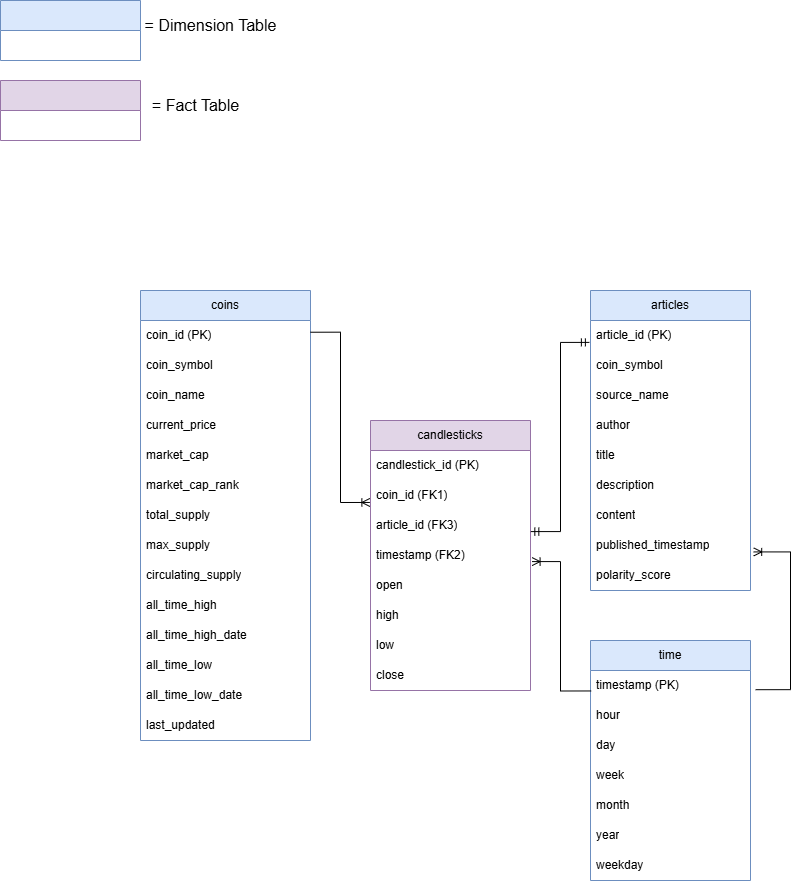
Earlier version of the draw.io export img/simple_logical_ERD.png (shinthan001/Crypto_ETL). Source tidied: cells renumbered, new cells last; positions are measured from the earlier drawing's top-left corner, leaving out a move shared by most shapes.
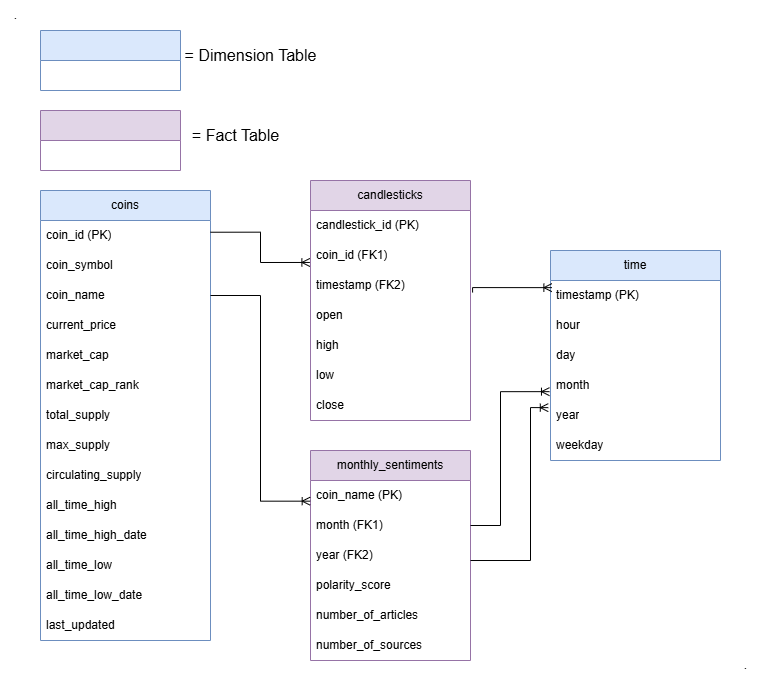
Later version of the same file.

The edit, as a diff of the source:
```diff
@@ -3,61 +3,28 @@
     <mxCell id="0" />
     <mxCell id="1" parent="0" />
     <mxCell id="2" value="time" style="swimlane;fontStyle=0;horizontal=1;startSize=30;whiteSpace=wrap;html=1;fillColor=#dae8fc;strokeColor=#6c8ebf;" parent="1" vertex="1">
-      <mxGeometry x="590" y="640" width="160" height="240" as="geometry" />
+      <mxGeometry x="580" y="390" width="170" height="210" as="geometry" />
     </mxCell>
     <mxCell id="3" value="timestamp (PK)" style="text;strokeColor=none;fillColor=none;align=left;verticalAlign=middle;spacingLeft=4;spacingRight=4;overflow=hidden;points=[[0,0.5],[1,0.5]];portConstraint=eastwest;whiteSpace=wrap;html=1;" parent="2" vertex="1">
-      <mxGeometry y="30" width="160" height="30" as="geometry" />
+      <mxGeometry y="30" width="170" height="30" as="geometry" />
     </mxCell>
     <mxCell id="4" value="hour" style="text;strokeColor=none;fillColor=none;align=left;verticalAlign=middle;spacingLeft=4;spacingRight=4;overflow=hidden;whiteSpace=wrap;html=1;" parent="2" vertex="1">
-      <mxGeometry y="60" width="160" height="30" as="geometry" />
+      <mxGeometry y="60" width="170" height="30" as="geometry" />
     </mxCell>
     <mxCell id="5" value="day" style="text;strokeColor=none;fillColor=none;align=left;verticalAlign=middle;spacingLeft=4;spacingRight=4;overflow=hidden;whiteSpace=wrap;html=1;" parent="2" vertex="1">
-      <mxGeometry y="90" width="160" height="30" as="geometry" />
+      <mxGeometry y="90" width="170" height="30" as="geometry" />
     </mxCell>
-    <mxCell id="6" value="week" style="text;strokeColor=none;fillColor=none;align=left;verticalAlign=middle;spacingLeft=4;spacingRight=4;overflow=hidden;whiteSpace=wrap;html=1;" parent="2" vertex="1">
-      <mxGeometry y="120" width="160" height="30" as="geometry" />
-    </mxCell>
     <mxCell id="7" value="month" style="text;strokeColor=none;fillColor=none;align=left;verticalAlign=middle;spacingLeft=4;spacingRight=4;overflow=hidden;points=[[0,0.5],[1,0.5]];portConstraint=eastwest;whiteSpace=wrap;html=1;" parent="2" vertex="1">
-      <mxGeometry y="150" width="160" height="30" as="geometry" />
+      <mxGeometry y="120" width="170" height="30" as="geometry" />
     </mxCell>
     <mxCell id="8" value="year" style="text;strokeColor=none;fillColor=none;align=left;verticalAlign=middle;spacingLeft=4;spacingRight=4;overflow=hidden;points=[[0,0.5],[1,0.5]];portConstraint=eastwest;whiteSpace=wrap;html=1;" parent="2" vertex="1">
-      <mxGeometry y="180" width="160" height="30" as="geometry" />
+      <mxGeometry y="150" width="170" height="30" as="geometry" />
     </mxCell>
     <mxCell id="9" value="weekday" style="text;strokeColor=none;fillColor=none;align=left;verticalAlign=middle;spacingLeft=4;spacingRight=4;overflow=hidden;whiteSpace=wrap;html=1;" parent="2" vertex="1">
-      <mxGeometry y="210" width="160" height="30" as="geometry" />
+      <mxGeometry y="180" width="170" height="30" as="geometry" />
     </mxCell>
-    <mxCell id="10" value="articles" style="swimlane;fontStyle=0;horizontal=1;startSize=30;whiteSpace=wrap;html=1;fillColor=#dae8fc;strokeColor=#6c8ebf;" parent="1" vertex="1">
-      <mxGeometry x="590" y="290" width="160" height="300" as="geometry" />
-    </mxCell>
-    <mxCell id="11" value="article_id (PK)" style="text;strokeColor=none;fillColor=none;align=left;verticalAlign=middle;spacingLeft=4;spacingRight=4;overflow=hidden;points=[[0,0.5],[1,0.5]];portConstraint=eastwest;whiteSpace=wrap;html=1;" parent="10" vertex="1">
-      <mxGeometry y="30" width="160" height="30" as="geometry" />
-    </mxCell>
-    <mxCell id="12" value="coin_symbol" style="text;strokeColor=none;fillColor=none;align=left;verticalAlign=middle;spacingLeft=4;spacingRight=4;overflow=hidden;whiteSpace=wrap;html=1;" parent="10" vertex="1">
-      <mxGeometry y="60" width="160" height="30" as="geometry" />
-    </mxCell>
-    <mxCell id="13" value="source_name" style="text;strokeColor=none;fillColor=none;align=left;verticalAlign=middle;spacingLeft=4;spacingRight=4;overflow=hidden;whiteSpace=wrap;html=1;" parent="10" vertex="1">
-      <mxGeometry y="90" width="160" height="30" as="geometry" />
-    </mxCell>
-    <mxCell id="14" value="author" style="text;strokeColor=none;fillColor=none;align=left;verticalAlign=middle;spacingLeft=4;spacingRight=4;overflow=hidden;whiteSpace=wrap;html=1;" parent="10" vertex="1">
-      <mxGeometry y="120" width="160" height="30" as="geometry" />
-    </mxCell>
-    <mxCell id="15" value="title" style="text;strokeColor=none;fillColor=none;align=left;verticalAlign=middle;spacingLeft=4;spacingRight=4;overflow=hidden;whiteSpace=wrap;html=1;" parent="10" vertex="1">
-      <mxGeometry y="150" width="160" height="30" as="geometry" />
-    </mxCell>
-    <mxCell id="16" value="description" style="text;strokeColor=none;fillColor=none;align=left;verticalAlign=middle;spacingLeft=4;spacingRight=4;overflow=hidden;whiteSpace=wrap;html=1;" parent="10" vertex="1">
-      <mxGeometry y="180" width="160" height="30" as="geometry" />
-    </mxCell>
-    <mxCell id="17" value="content" style="text;strokeColor=none;fillColor=none;align=left;verticalAlign=middle;spacingLeft=4;spacingRight=4;overflow=hidden;whiteSpace=wrap;html=1;" parent="10" vertex="1">
-      <mxGeometry y="210" width="160" height="30" as="geometry" />
-    </mxCell>
-    <mxCell id="18" value="published_timestamp" style="text;strokeColor=none;fillColor=none;align=left;verticalAlign=middle;spacingLeft=4;spacingRight=4;overflow=hidden;points=[[0,0.5],[1,0.5]];portConstraint=eastwest;whiteSpace=wrap;html=1;" parent="10" vertex="1">
-      <mxGeometry y="240" width="160" height="30" as="geometry" />
-    </mxCell>
-    <mxCell id="19" value="polarity_score" style="text;strokeColor=none;fillColor=none;align=left;verticalAlign=middle;spacingLeft=4;spacingRight=4;overflow=hidden;whiteSpace=wrap;html=1;" parent="10" vertex="1">
-      <mxGeometry y="270" width="160" height="30" as="geometry" />
-    </mxCell>
     <mxCell id="20" value="candlesticks" style="swimlane;fontStyle=0;horizontal=1;startSize=30;whiteSpace=wrap;html=1;fillColor=#e1d5e7;strokeColor=#9673a6;" parent="1" vertex="1">
-      <mxGeometry x="370" y="420" width="160" height="270" as="geometry" />
+      <mxGeometry x="340" y="320" width="160" height="240" as="geometry" />
     </mxCell>
     <mxCell id="21" value="candlestick_id (PK)" style="text;strokeColor=none;fillColor=none;align=left;verticalAlign=middle;spacingLeft=4;spacingRight=4;overflow=hidden;whiteSpace=wrap;html=1;" parent="20" vertex="1">
       <mxGeometry y="30" width="160" height="30" as="geometry" />
@@ -65,26 +32,23 @@
     <mxCell id="22" value="coin_id (FK1)" style="text;strokeColor=none;fillColor=none;align=left;verticalAlign=middle;spacingLeft=4;spacingRight=4;overflow=hidden;points=[[0,0.5],[1,0.5]];portConstraint=eastwest;whiteSpace=wrap;html=1;" parent="20" vertex="1">
       <mxGeometry y="60" width="160" height="30" as="geometry" />
     </mxCell>
-    <mxCell id="23" value="article_id (FK3)" style="text;strokeColor=none;fillColor=none;align=left;verticalAlign=middle;spacingLeft=4;spacingRight=4;overflow=hidden;points=[[0,0.5],[1,0.5]];portConstraint=eastwest;whiteSpace=wrap;html=1;" parent="20" vertex="1">
-      <mxGeometry y="90" width="160" height="30" as="geometry" />
-    </mxCell>
     <mxCell id="24" value="timestamp (FK2)" style="text;strokeColor=none;fillColor=none;align=left;verticalAlign=middle;spacingLeft=4;spacingRight=4;overflow=hidden;points=[[0,0.5],[1,0.5]];portConstraint=eastwest;whiteSpace=wrap;html=1;" parent="20" vertex="1">
-      <mxGeometry y="120" width="160" height="30" as="geometry" />
+      <mxGeometry y="90" width="160" height="30" as="geometry" />
     </mxCell>
     <mxCell id="25" value="open" style="text;strokeColor=none;fillColor=none;align=left;verticalAlign=middle;spacingLeft=4;spacingRight=4;overflow=hidden;whiteSpace=wrap;html=1;" parent="20" vertex="1">
-      <mxGeometry y="150" width="160" height="30" as="geometry" />
+      <mxGeometry y="120" width="160" height="30" as="geometry" />
     </mxCell>
     <mxCell id="26" value="high" style="text;strokeColor=none;fillColor=none;align=left;verticalAlign=middle;spacingLeft=4;spacingRight=4;overflow=hidden;whiteSpace=wrap;html=1;" parent="20" vertex="1">
-      <mxGeometry y="180" width="160" height="30" as="geometry" />
+      <mxGeometry y="150" width="160" height="30" as="geometry" />
     </mxCell>
     <mxCell id="27" value="low" style="text;strokeColor=none;fillColor=none;align=left;verticalAlign=middle;spacingLeft=4;spacingRight=4;overflow=hidden;whiteSpace=wrap;html=1;" parent="20" vertex="1">
-      <mxGeometry y="210" width="160" height="30" as="geometry" />
+      <mxGeometry y="180" width="160" height="30" as="geometry" />
     </mxCell>
     <mxCell id="28" value="close" style="text;strokeColor=none;fillColor=none;align=left;verticalAlign=middle;spacingLeft=4;spacingRight=4;overflow=hidden;whiteSpace=wrap;html=1;" parent="20" vertex="1">
-      <mxGeometry y="240" width="160" height="30" as="geometry" />
+      <mxGeometry y="210" width="160" height="30" as="geometry" />
     </mxCell>
     <mxCell id="29" style="group;" parent="1" vertex="1">
-      <mxGeometry width="310" height="140" as="geometry" />
+      <mxGeometry x="70" y="170" width="310" height="140" as="geometry" />
     </mxCell>
     <mxCell id="30" style="group;" parent="29" vertex="1">
       <mxGeometry width="310" height="60" as="geometry" />
@@ -105,7 +69,7 @@
       <mxGeometry x="140" y="10" width="110" height="30" as="geometry" />
     </mxCell>
     <mxCell id="36" value="coins" style="swimlane;fontStyle=0;horizontal=1;startSize=30;whiteSpace=wrap;html=1;fillColor=#dae8fc;strokeColor=#6c8ebf;" parent="1" vertex="1">
-      <mxGeometry x="140" y="290" width="170" height="450" as="geometry" />
+      <mxGeometry x="70" y="330" width="170" height="450" as="geometry" />
     </mxCell>
     <mxCell id="37" value="coin_id (PK)" style="text;strokeColor=none;fillColor=none;align=left;verticalAlign=middle;spacingLeft=4;spacingRight=4;overflow=hidden;points=[[0,0.5],[1,0.5]];portConstraint=eastwest;whiteSpace=wrap;html=1;" parent="36" vertex="1">
       <mxGeometry y="30" width="170" height="30" as="geometry" />
@@ -152,19 +116,58 @@
     <mxCell id="51" style="edgeStyle=orthogonalEdgeStyle;fontSize=12;html=1;endArrow=ERoneToMany;rounded=0;exitX=1;exitY=0.391;exitDx=0;exitDy=0;exitPerimeter=0;entryX=-0.004;entryY=0.732;entryDx=0;entryDy=0;entryPerimeter=0;" parent="1" edge="1" source="37" target="22">
       <mxGeometry relative="1" as="geometry" />
     </mxCell>
-    <mxCell id="52" style="edgeStyle=orthogonalEdgeStyle;fontSize=12;html=1;endArrow=ERoneToMany;rounded=0;exitX=0.004;exitY=0.682;exitDx=0;exitDy=0;exitPerimeter=0;entryX=1.01;entryY=0.703;entryDx=0;entryDy=0;entryPerimeter=0;" parent="1" edge="1" source="3" target="24">
-      <mxGeometry relative="1" as="geometry" />
-    </mxCell>
-    <mxCell id="53" style="edgeStyle=orthogonalEdgeStyle;fontSize=12;html=1;endArrow=ERoneToMany;rounded=0;exitX=1.032;exitY=0.64;exitDx=0;exitDy=0;exitPerimeter=0;entryX=1.02;entryY=0.714;entryDx=0;entryDy=0;entryPerimeter=0;" parent="1" edge="1" source="3" target="18">
-      <mxGeometry relative="1" as="geometry">
-        <Array as="points">
-          <mxPoint x="790" y="689" />
-          <mxPoint x="790" y="551" />
-        </Array>
-      </mxGeometry>
-    </mxCell>
-    <mxCell id="54" style="edgeStyle=orthogonalEdgeStyle;fontSize=12;html=1;endArrow=ERmandOne;startArrow=ERmandOne;rounded=0;entryX=-0.007;entryY=0.73;entryDx=0;entryDy=0;entryPerimeter=0;exitX=1.002;exitY=0.703;exitDx=0;exitDy=0;exitPerimeter=0;" parent="1" edge="1" source="23" target="11">
-      <mxGeometry relative="1" as="geometry" />
-    </mxCell>
+    <mxCell id="55" value="monthly_sentiments" style="swimlane;fontStyle=0;horizontal=1;startSize=30;whiteSpace=wrap;html=1;fillColor=#e1d5e7;strokeColor=#9673a6;" parent="1" vertex="1">
+      <mxGeometry x="340" y="590" width="160" height="210" as="geometry" />
+    </mxCell>
+    <mxCell id="56" value="coin_name&amp;nbsp;(PK)" style="text;strokeColor=none;fillColor=none;align=left;verticalAlign=middle;spacingLeft=4;spacingRight=4;overflow=hidden;points=[[0,0.5],[1,0.5]];portConstraint=eastwest;whiteSpace=wrap;html=1;" parent="55" vertex="1">
+      <mxGeometry y="30" width="160" height="30" as="geometry" />
+    </mxCell>
+    <mxCell id="57" value="month (FK1)" style="text;strokeColor=none;fillColor=none;align=left;verticalAlign=middle;spacingLeft=4;spacingRight=4;overflow=hidden;points=[[0,0.5],[1,0.5]];portConstraint=eastwest;whiteSpace=wrap;html=1;" parent="55" vertex="1">
+      <mxGeometry y="60" width="160" height="30" as="geometry" />
+    </mxCell>
+    <mxCell id="58" value="year (FK2)" style="text;strokeColor=none;fillColor=none;align=left;verticalAlign=middle;spacingLeft=4;spacingRight=4;overflow=hidden;points=[[0,0.5],[1,0.5]];portConstraint=eastwest;whiteSpace=wrap;html=1;" parent="55" vertex="1">
+      <mxGeometry y="90" width="160" height="30" as="geometry" />
+    </mxCell>
+    <mxCell id="19" value="polarity_score" style="text;strokeColor=none;fillColor=none;align=left;verticalAlign=middle;spacingLeft=4;spacingRight=4;overflow=hidden;whiteSpace=wrap;html=1;" parent="55" vertex="1">
+      <mxGeometry y="120" width="160" height="30" as="geometry" />
+    </mxCell>
+    <mxCell id="59" value="number_of_articles" style="text;strokeColor=none;fillColor=none;align=left;verticalAlign=middle;spacingLeft=4;spacingRight=4;overflow=hidden;whiteSpace=wrap;html=1;" parent="55" vertex="1">
+      <mxGeometry y="150" width="160" height="30" as="geometry" />
+    </mxCell>
+    <mxCell id="60" value="number_of_sources" style="text;strokeColor=none;fillColor=none;align=left;verticalAlign=middle;spacingLeft=4;spacingRight=4;overflow=hidden;whiteSpace=wrap;html=1;" parent="55" vertex="1">
+      <mxGeometry y="180" width="160" height="30" as="geometry" />
+    </mxCell>
+    <mxCell id="61" style="edgeStyle=orthogonalEdgeStyle;fontSize=12;html=1;endArrow=ERoneToMany;rounded=0;exitX=1.013;exitY=0.734;exitDx=0;exitDy=0;exitPerimeter=0;entryX=0.008;entryY=0.238;entryDx=0;entryDy=0;entryPerimeter=0;" parent="1" edge="1" source="24" target="3">
+      <mxGeometry relative="1" as="geometry">
+        <Array as="points">
+          <mxPoint x="502" y="427" />
+        </Array>
+      </mxGeometry>
+    </mxCell>
+    <mxCell id="62" style="edgeStyle=orthogonalEdgeStyle;fontSize=12;html=1;endArrow=ERoneToMany;rounded=0;exitX=1;exitY=0.5;exitDx=0;exitDy=0;entryX=-0.002;entryY=0.689;entryDx=0;entryDy=0;entryPerimeter=0;" parent="1" edge="1" source="39" target="56">
+      <mxGeometry relative="1" as="geometry" />
+    </mxCell>
+    <mxCell id="63" style="edgeStyle=orthogonalEdgeStyle;fontSize=12;html=1;endArrow=ERoneToMany;rounded=0;exitX=1;exitY=0.5;exitDx=0;exitDy=0;entryX=-0.006;entryY=0.705;entryDx=0;entryDy=0;entryPerimeter=0;" parent="1" edge="1" source="57" target="7">
+      <mxGeometry relative="1" as="geometry">
+        <Array as="points">
+          <mxPoint x="530" y="665" />
+          <mxPoint x="530" y="531" />
+        </Array>
+      </mxGeometry>
+    </mxCell>
+    <mxCell id="64" style="edgeStyle=orthogonalEdgeStyle;fontSize=12;html=1;endArrow=ERoneToMany;rounded=0;exitX=1;exitY=0.667;exitDx=0;exitDy=0;exitPerimeter=0;entryX=-0.013;entryY=0.238;entryDx=0;entryDy=0;entryPerimeter=0;" parent="1" edge="1" source="58" target="8">
+      <mxGeometry relative="1" as="geometry">
+        <Array as="points">
+          <mxPoint x="560" y="700" />
+          <mxPoint x="560" y="547" />
+        </Array>
+      </mxGeometry>
+    </mxCell>
+    <mxCell id="65" value="." style="text;html=1;align=center;verticalAlign=middle;strokeColor=none;fillColor=none;" parent="1" vertex="1">
+      <mxGeometry x="760" y="790" width="30" height="30" as="geometry" />
+    </mxCell>
+    <mxCell id="66" value="." style="text;html=1;align=center;verticalAlign=middle;strokeColor=none;fillColor=none;" parent="1" vertex="1">
+      <mxGeometry x="30" y="140" width="30" height="30" as="geometry" />
+    </mxCell>
   </root>
 </mxGraphModel>
```
